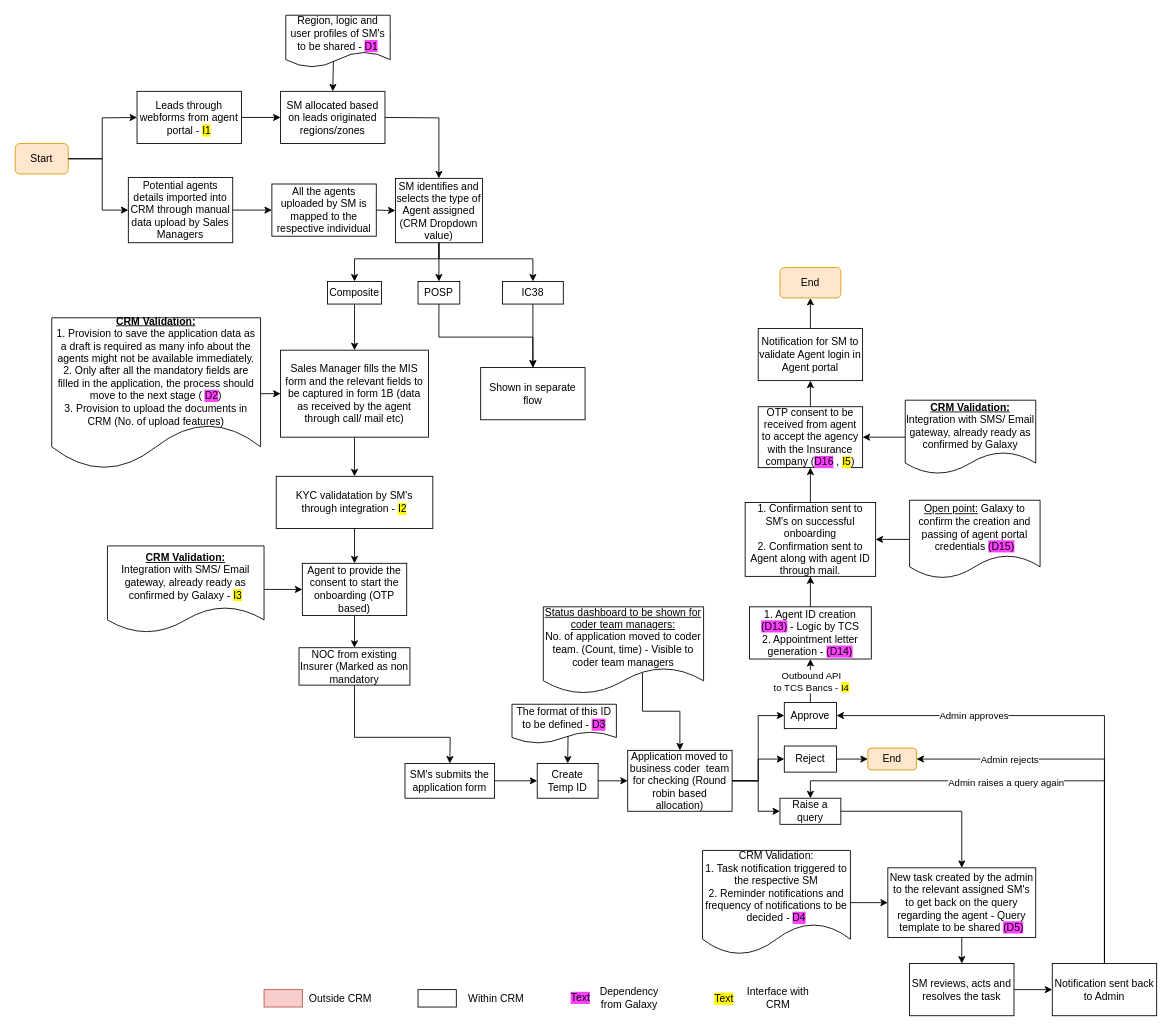
Above: Agent Onboarding Composite.drawio in shaileshsreedar/Galaxy (draw.io), before the change. Source tidied: cells renumbered, new cells numbered last; positions are measured from the earlier drawing's top-left corner, leaving out a move shared by most shapes. Both pictures are drawn from the tidied source at 87%, with x=0, y=0 at pixel (15, 15).
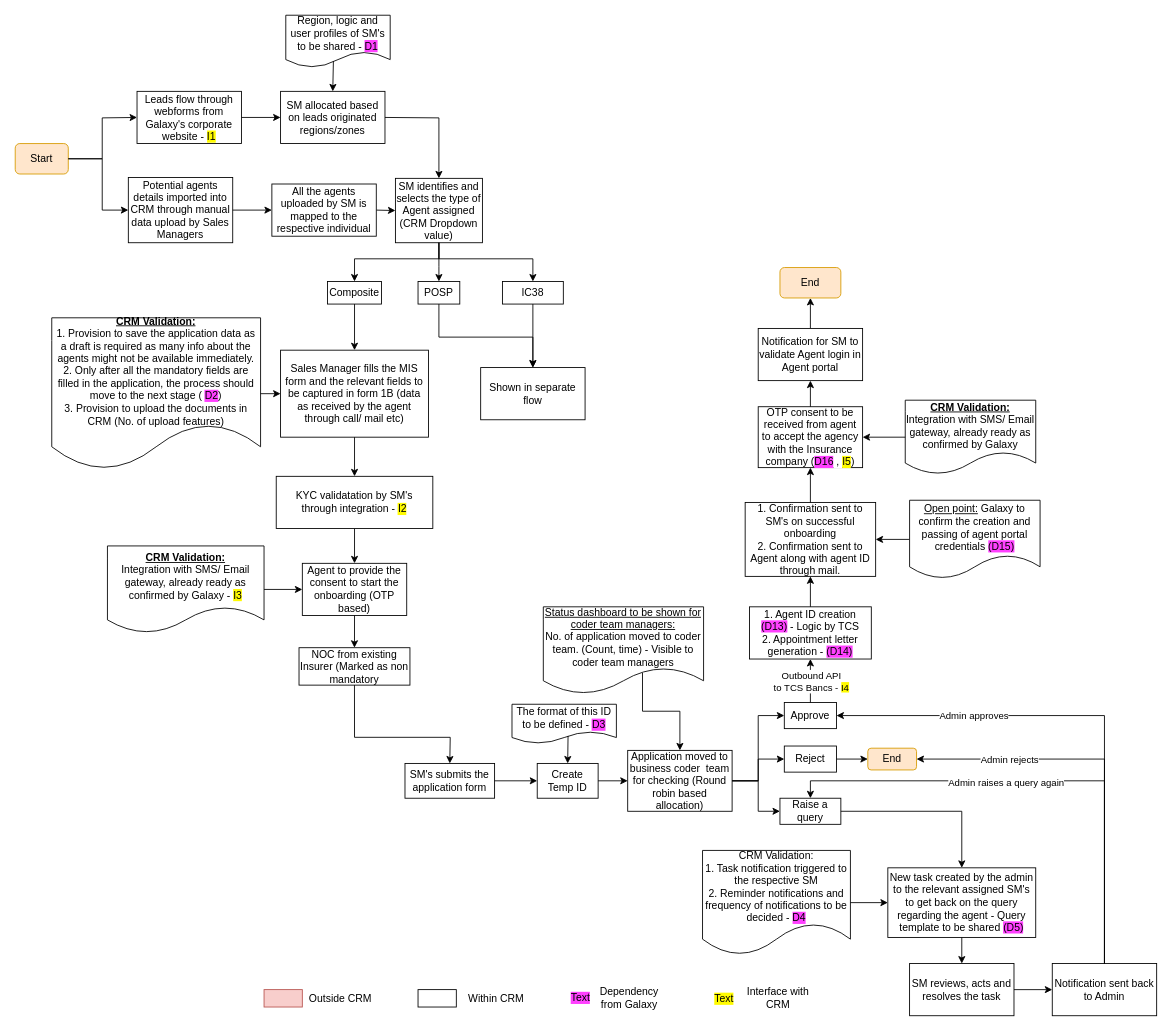
The same diagram, later.

What changed in the source:
```diff
@@
-    <mxCell id="80" value="Leads through webforms from agent portal -&amp;nbsp;&lt;span style=&quot;background-color: rgb(255, 251, 0);&quot;&gt;I1&lt;/span&gt;" style="rounded=0;whiteSpace=wrap;html=1;" parent="1" vertex="1">
+    <mxCell id="80" value="Leads flow through webforms from Galaxy's corporate website -&amp;nbsp;&lt;span style=&quot;background-color: rgb(255, 251, 0);&quot;&gt;I1&lt;/span&gt;" style="rounded=0;whiteSpace=wrap;html=1;" parent="1" vertex="1">
       <mxGeometry x="140" y="87.5" width="120" height="60" as="geometry" />
     </mxCell>
```
